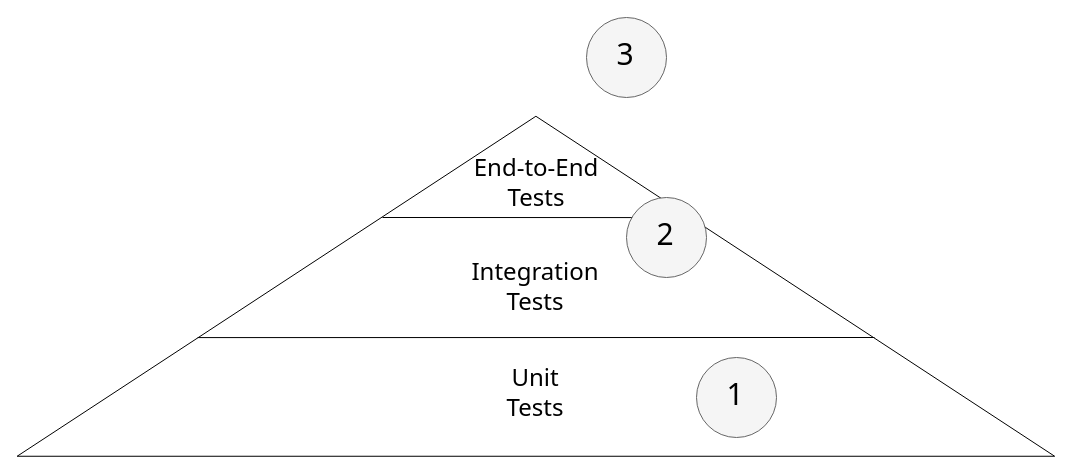
JonQuxBurton/MobileMicroservicesSample keeps this draw.io diagram as docs/TestingStrategy.drawio. Above is the earlier version. Source tidied: cells renumbered, new cells numbered last; positions are measured from the earlier drawing's top-left corner, leaving out a move shared by most shapes. Both pictures are drawn from the tidied source at 100%, with x=0, y=0 at pixel (365, -233).
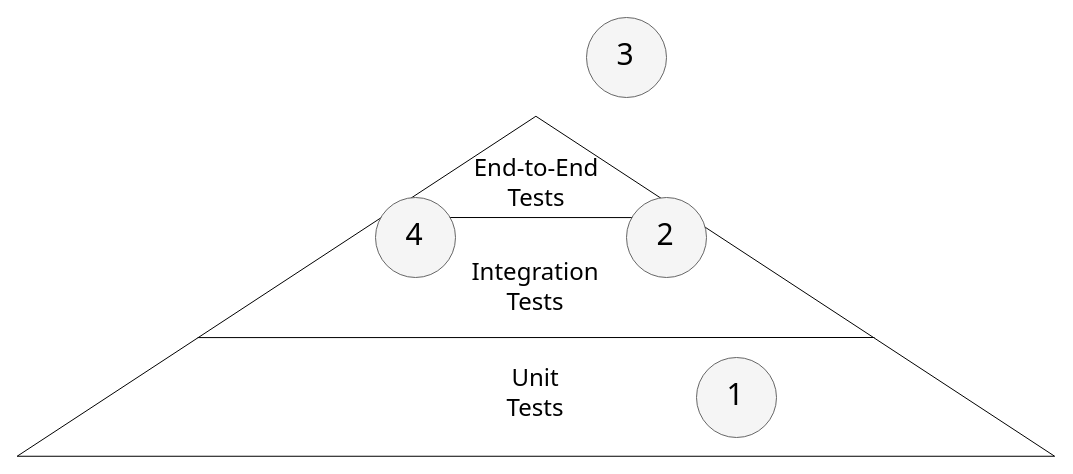
The same diagram, later.

Commit message (it also covers changes not shown here):
Added to Testing pyrmid diagram

Diff of the diagram source:
```diff
@@
+    <mxCell id="17" style="group;" parent="1" vertex="1">
+      <mxGeometry x="10" y="430" width="80" height="80" as="geometry" />
+    </mxCell>
+    <mxCell id="18" style="ellipse;whiteSpace=wrap;html=1;fillColor=#f5f5f5;strokeColor=#666666;fontColor=#333333;" parent="17" vertex="1">
+      <mxGeometry width="80" height="80" as="geometry" />
+    </mxCell>
+    <mxCell id="19" value="&lt;font style=&quot;font-size: 30px&quot; face=&quot;Tahoma&quot;&gt;4&lt;/font&gt;" style="text;html=1;strokeColor=none;fillColor=none;align=center;verticalAlign=middle;whiteSpace=wrap;rounded=0;" parent="17" vertex="1">
+      <mxGeometry x="19" y="26" width="40" height="20" as="geometry" />
+    </mxCell>
```
